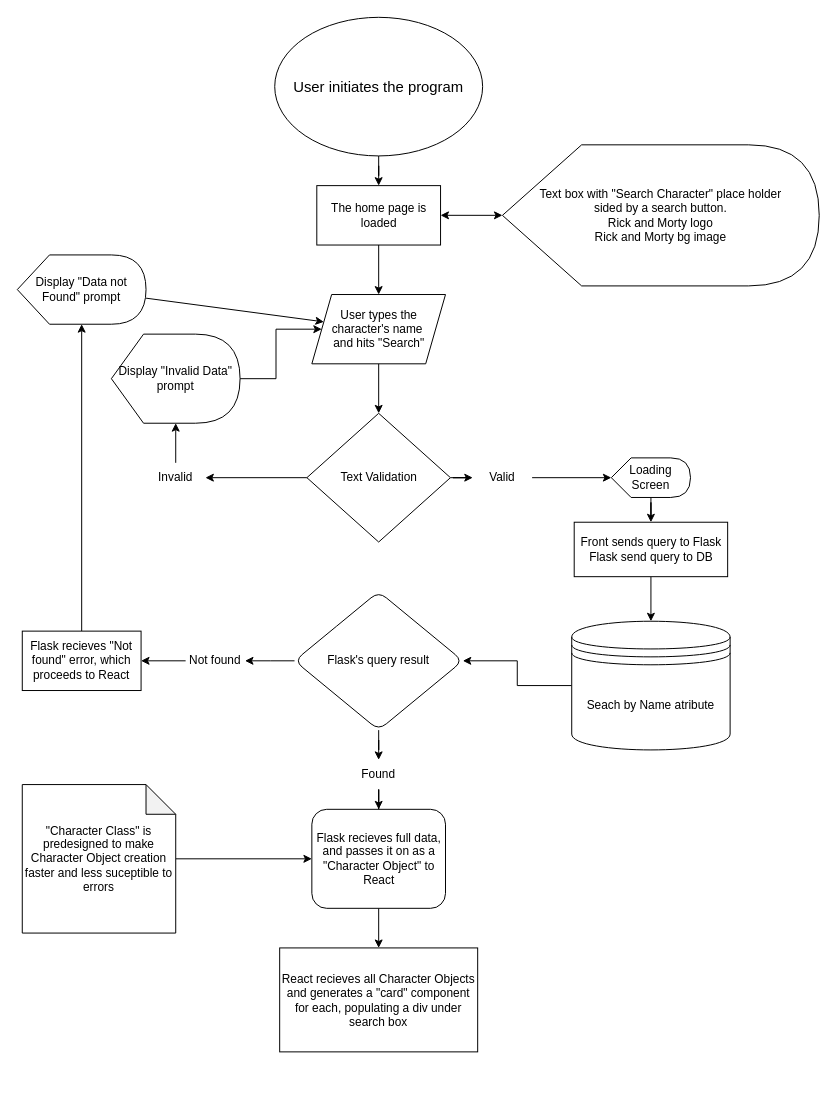
Earlier version of the draw.io diagram Diagrama sem nome.drawio (Arhck/Arhck). Source tidied: cells renumbered, new cells numbered last; positions are measured from the earlier drawing's top-left corner, leaving out a move shared by most shapes. Both pictures are drawn from the tidied source at 99%, with x=0, y=0 at pixel (17, 17).
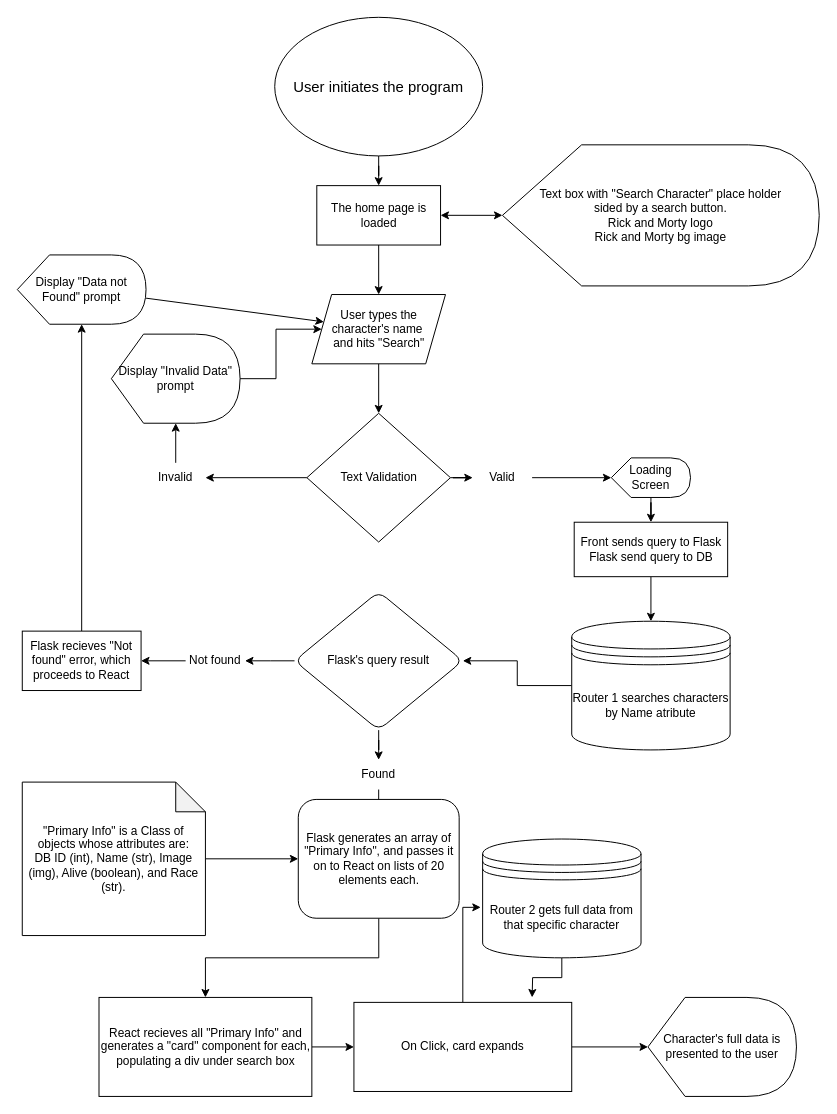
The same diagram, later.

Change to the diagram source:
```diff
@@
-    <mxCell id="26" value="Seach by Name atribute" style="shape=datastore;whiteSpace=wrap;html=1;" parent="1" vertex="1">
+    <mxCell id="26" value="Router 1 searches characters by Name atribute" style="shape=datastore;whiteSpace=wrap;html=1;" parent="1" vertex="1">
       <mxGeometry x="560" y="610" width="160" height="130" as="geometry" />
     </mxCell>
@@
-    <mxCell id="32" value="Flask recieves full data, and passes it on as a &quot;Character Object&quot; to React" style="rounded=1;whiteSpace=wrap;html=1;" parent="1" vertex="1">
-      <mxGeometry x="297.5" y="800" width="135" height="100" as="geometry" />
+    <mxCell id="32" value="Flask generates an array of &quot;Primary Info&quot;, and passes it on to React on lists of 20 elements each." style="rounded=1;whiteSpace=wrap;html=1;" parent="1" vertex="1">
+      <mxGeometry x="283.8" y="790" width="162.5" height="120" as="geometry" />
     </mxCell>
@@
-    <mxCell id="36" value="&quot;Character Class&quot; is predesigned to make Character Object creation faster and less suceptible to errors" style="shape=note;whiteSpace=wrap;html=1;backgroundOutline=1;darkOpacity=0.05;" parent="1" vertex="1">
-      <mxGeometry x="5" y="775" width="155" height="150" as="geometry" />
+    <mxCell id="36" value="&quot;Primary Info&quot; is a Class of objects whose attributes are:&lt;br&gt;DB ID (int), Name (str), Image (img), Alive (boolean), and Race (str)." style="shape=note;whiteSpace=wrap;html=1;backgroundOutline=1;darkOpacity=0.05;" parent="1" vertex="1">
+      <mxGeometry x="5" y="772.5" width="185" height="155" as="geometry" />
     </mxCell>
@@
+    <mxCell id="41" style="edgeStyle=orthogonalEdgeStyle;rounded=0;jettySize=auto;html=1;" parent="1" edge="1" source="38" target="44">
+      <mxGeometry relative="1" as="geometry" />
+    </mxCell>
-    <mxCell id="38" value="React recieves all Character Objects and generates a &quot;card&quot; component for each, populating a div under search box" style="rounded=0;whiteSpace=wrap;html=1;" parent="1" vertex="1">
-      <mxGeometry x="265" y="940" width="200" height="105" as="geometry" />
+    <mxCell id="38" value="React recieves all &quot;Primary Info&quot; and generates a &quot;card&quot; component for each, populating a div under search box" style="rounded=0;whiteSpace=wrap;html=1;" parent="1" vertex="1">
+      <mxGeometry x="82.5" y="990" width="215" height="100" as="geometry" />
     </mxCell>
@@
+    <mxCell id="42" style="edgeStyle=orthogonalEdgeStyle;rounded=0;jettySize=auto;html=1;entryX=-0.012;entryY=0.575;entryDx=0;entryDy=0;entryPerimeter=0;" parent="1" edge="1" source="44" target="46">
+      <mxGeometry relative="1" as="geometry">
+        <Array as="points">
+          <mxPoint x="450" y="899" />
+        </Array>
+      </mxGeometry>
+    </mxCell>
+    <mxCell id="43" style="edgeStyle=orthogonalEdgeStyle;rounded=0;jettySize=auto;html=1;" parent="1" edge="1" source="44" target="47">
+      <mxGeometry relative="1" as="geometry" />
+    </mxCell>
+    <mxCell id="44" value="On Click, card expands" style="whiteSpace=wrap;html=1;rounded=0;" parent="1" vertex="1">
+      <mxGeometry x="340" y="995" width="220" height="90" as="geometry" />
+    </mxCell>
+    <mxCell id="45" style="edgeStyle=orthogonalEdgeStyle;rounded=0;jettySize=auto;html=1;" parent="1" edge="1" source="46">
+      <mxGeometry relative="1" as="geometry">
+        <mxPoint x="520" y="990" as="targetPoint" />
+      </mxGeometry>
+    </mxCell>
+    <mxCell id="46" value="Router 2 gets full data from that specific character" style="shape=datastore;whiteSpace=wrap;html=1;" parent="1" vertex="1">
+      <mxGeometry x="470" y="830" width="160" height="120" as="geometry" />
+    </mxCell>
+    <mxCell id="47" value="Character's full data is presented to the user" style="shape=display;whiteSpace=wrap;html=1;" parent="1" vertex="1">
+      <mxGeometry x="637" y="990" width="150" height="100" as="geometry" />
+    </mxCell>
```
